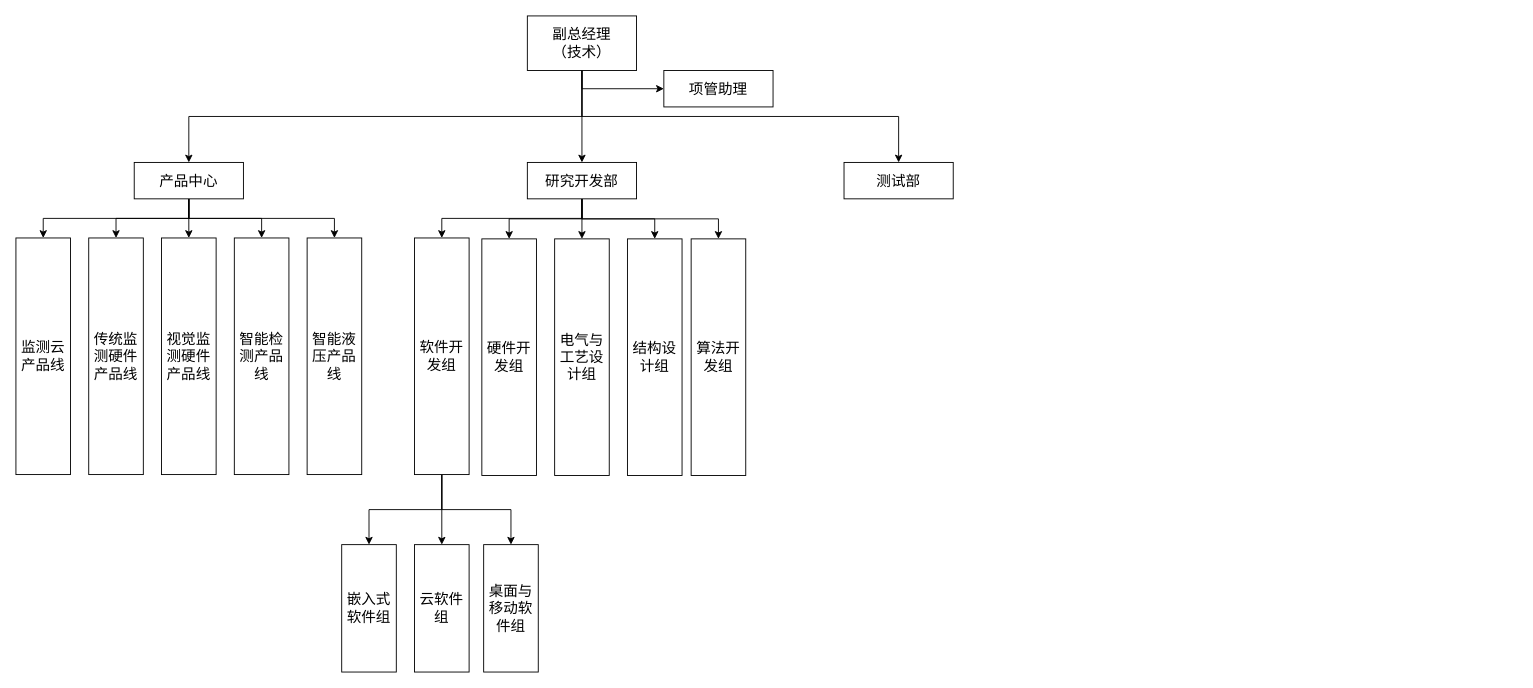
xuhui-toehold/drawings keeps this draw.io diagram as rd_department_arch.drawio. Above is the earlier version. Source tidied: cells renumbered, new cells numbered last; positions are measured from the earlier drawing's top-left corner, leaving out a move shared by most shapes. Both pictures are drawn from the tidied source at 91%, with x=0, y=0 at pixel (15, 15).
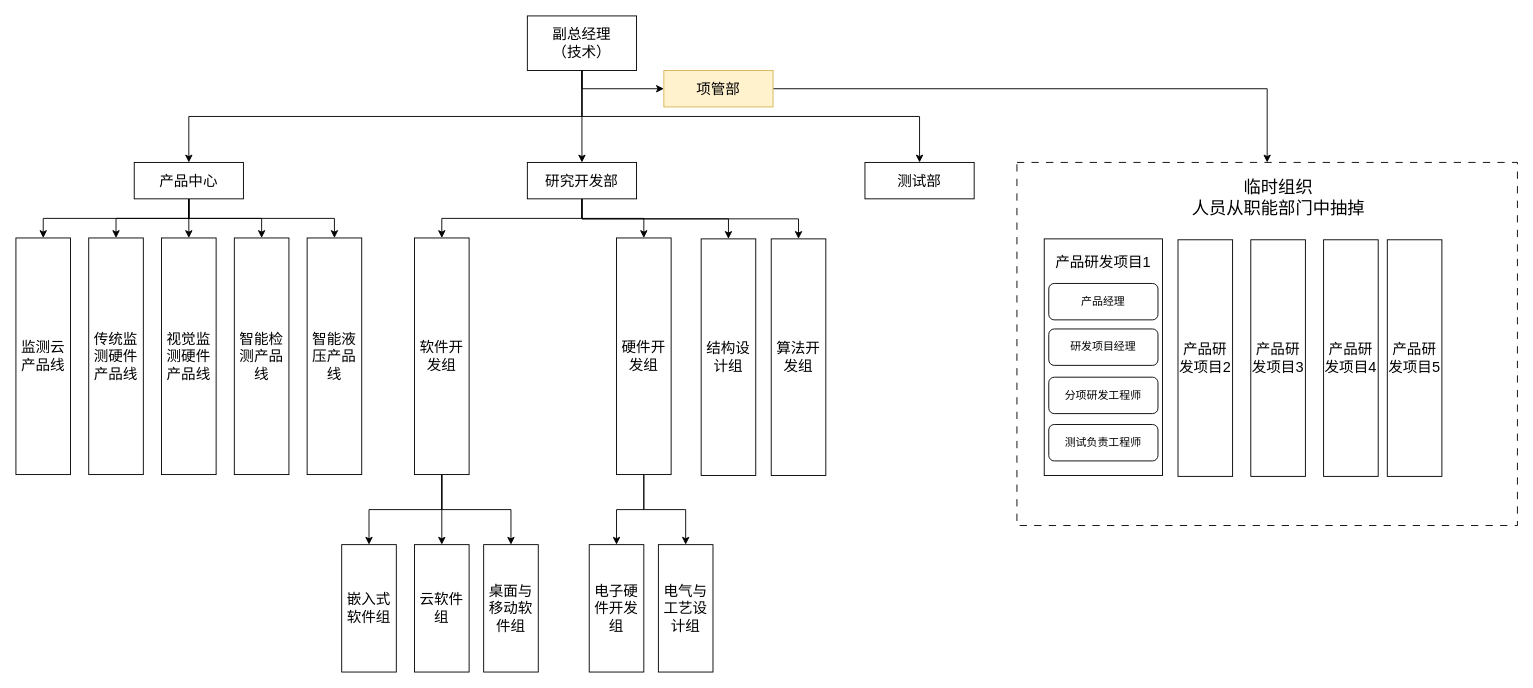
After the change.

The change refers to these unchanged cells:
```xml
<mxCell id="17" value="研究开发部" style="rounded=0;whiteSpace=wrap;html=1;fontSize=16;" parent="1" vertex="1">
  <mxGeometry x="562" y="161" width="120" height="40" as="geometry" />
</mxCell>
```

Change to the diagram source:
```diff
@@
-    <mxCell id="13" style="edgeStyle=orthogonalEdgeStyle;rounded=0;jettySize=auto;html=1;exitX=0.5;exitY=1;exitDx=0;exitDy=0;entryX=0.5;entryY=0;entryDx=0;entryDy=0;" parent="1" edge="1" source="17" target="29">
-      <mxGeometry relative="1" as="geometry" />
-    </mxCell>
@@
     <mxCell id="19" value="测试部" style="rounded=0;whiteSpace=wrap;html=1;fontSize=16;" parent="1" vertex="1">
-      <mxGeometry x="910" y="161" width="120" height="40" as="geometry" />
+      <mxGeometry x="933" y="161" width="120" height="40" as="geometry" />
     </mxCell>
@@
-    <mxCell id="29" value="硬件开发组" style="rounded=0;whiteSpace=wrap;html=1;fontSize=16;" parent="1" vertex="1">
-      <mxGeometry x="512" y="245" width="60" height="260" as="geometry" />
-    </mxCell>
+    <mxCell id="37" style="edgeStyle=orthogonalEdgeStyle;rounded=0;jettySize=auto;html=1;exitX=0.5;exitY=1;exitDx=0;exitDy=0;entryX=0.5;entryY=0;entryDx=0;entryDy=0;" parent="1" edge="1" source="30" target="50">
+      <mxGeometry relative="1" as="geometry" />
+    </mxCell>
+    <mxCell id="38" style="edgeStyle=orthogonalEdgeStyle;rounded=0;jettySize=auto;html=1;exitX=0.5;exitY=1;exitDx=0;exitDy=0;entryX=0.5;entryY=0;entryDx=0;entryDy=0;" parent="1" edge="1" source="30" target="51">
+      <mxGeometry relative="1" as="geometry" />
+    </mxCell>
-    <mxCell id="30" value="电气与工艺设计组" style="rounded=0;whiteSpace=wrap;html=1;fontSize=16;" parent="1" vertex="1">
-      <mxGeometry x="592" y="245" width="60" height="260" as="geometry" />
+    <mxCell id="30" value="硬件开发组" style="rounded=0;whiteSpace=wrap;html=1;fontSize=16;" parent="1" vertex="1">
+      <mxGeometry x="660" y="244" width="60" height="260" as="geometry" />
     </mxCell>
     <mxCell id="31" value="结构设计组" style="rounded=0;whiteSpace=wrap;html=1;fontSize=16;" parent="1" vertex="1">
-      <mxGeometry x="672" y="245" width="60" height="260" as="geometry" />
+      <mxGeometry x="753" y="245" width="60" height="260" as="geometry" />
     </mxCell>
     <mxCell id="32" value="算法开发组" style="rounded=0;whiteSpace=wrap;html=1;fontSize=16;" parent="1" vertex="1">
-      <mxGeometry x="742" y="245" width="60" height="260" as="geometry" />
+      <mxGeometry x="830" y="245" width="60" height="260" as="geometry" />
     </mxCell>
@@
+    <mxCell id="39" style="edgeStyle=orthogonalEdgeStyle;rounded=0;jettySize=auto;html=1;exitX=1;exitY=0.5;exitDx=0;exitDy=0;entryX=0.5;entryY=0;entryDx=0;entryDy=0;" parent="1" edge="1" source="36" target="52">
+      <mxGeometry relative="1" as="geometry" />
+    </mxCell>
-    <mxCell id="36" value="项管助理" style="rounded=0;whiteSpace=wrap;html=1;fontSize=16;" parent="1" vertex="1">
+    <mxCell id="36" value="项管部" style="rounded=0;whiteSpace=wrap;html=1;fontSize=16;fillColor=#fff2cc;strokeColor=#d6b656;" parent="1" vertex="1">
       <mxGeometry x="712" y="60" width="120" height="40" as="geometry" />
     </mxCell>
+    <mxCell id="40" style="rounded=0;whiteSpace=wrap;html=1;fontSize=16;labelPosition=center;verticalLabelPosition=top;align=center;verticalAlign=bottom;" parent="1" vertex="1">
+      <mxGeometry x="1130" y="245" width="130" height="260" as="geometry" />
+    </mxCell>
+    <mxCell id="41" value="产品研发项目2" style="rounded=0;whiteSpace=wrap;html=1;fontSize=16;" parent="1" vertex="1">
+      <mxGeometry x="1277" y="246" width="60" height="260" as="geometry" />
+    </mxCell>
+    <mxCell id="42" value="产品研发项目3" style="rounded=0;whiteSpace=wrap;html=1;fontSize=16;" parent="1" vertex="1">
+      <mxGeometry x="1357" y="246" width="60" height="260" as="geometry" />
+    </mxCell>
+    <mxCell id="43" value="产品研发项目4" style="rounded=0;whiteSpace=wrap;html=1;fontSize=16;" parent="1" vertex="1">
+      <mxGeometry x="1437" y="246" width="60" height="260" as="geometry" />
+    </mxCell>
+    <mxCell id="44" value="产品研发项目5" style="rounded=0;whiteSpace=wrap;html=1;fontSize=16;" parent="1" vertex="1">
+      <mxGeometry x="1507" y="246" width="60" height="260" as="geometry" />
+    </mxCell>
+    <mxCell id="45" value="产品经理" style="rounded=1;whiteSpace=wrap;html=1;" parent="1" vertex="1">
+      <mxGeometry x="1135" y="294" width="120" height="40" as="geometry" />
+    </mxCell>
+    <mxCell id="46" value="研发项目经理" style="rounded=1;whiteSpace=wrap;html=1;" parent="1" vertex="1">
+      <mxGeometry x="1135" y="344" width="120" height="40" as="geometry" />
+    </mxCell>
+    <mxCell id="47" value="分项研发工程师" style="rounded=1;whiteSpace=wrap;html=1;" parent="1" vertex="1">
+      <mxGeometry x="1135" y="397" width="120" height="40" as="geometry" />
+    </mxCell>
+    <mxCell id="48" value="测试负责工程师" style="rounded=1;whiteSpace=wrap;html=1;" parent="1" vertex="1">
+      <mxGeometry x="1135" y="449" width="120" height="40" as="geometry" />
+    </mxCell>
+    <mxCell id="49" value="&lt;span style=&quot;color: rgb(0, 0, 0); font-family: Helvetica; font-size: 16px; font-style: normal; font-variant-ligatures: normal; font-variant-caps: normal; font-weight: 400; letter-spacing: normal; orphans: 2; text-indent: 0px; text-transform: none; widows: 2; word-spacing: 0px; -webkit-text-stroke-width: 0px; white-space: normal; background-color: rgb(251, 251, 251); text-decoration-thickness: initial; text-decoration-style: initial; text-decoration-color: initial; float: none; display: inline !important;&quot;&gt;产品研发项目1&lt;/span&gt;" style="text;whiteSpace=wrap;html=1;align=center;" parent="1" vertex="1">
+      <mxGeometry x="1125" y="254" width="140" height="40" as="geometry" />
+    </mxCell>
+    <mxCell id="50" value="电子硬件开发组" style="rounded=0;whiteSpace=wrap;html=1;fontSize=16;" parent="1" vertex="1">
+      <mxGeometry x="630" y="581" width="60" height="140" as="geometry" />
+    </mxCell>
+    <mxCell id="51" value="电气与工艺设计组" style="rounded=0;whiteSpace=wrap;html=1;fontSize=16;" parent="1" vertex="1">
+      <mxGeometry x="706" y="581" width="60" height="140" as="geometry" />
+    </mxCell>
+    <mxCell id="52" style="rounded=0;whiteSpace=wrap;html=1;fillColor=none;dashed=1;dashPattern=8 8;" parent="1" vertex="1">
+      <mxGeometry x="1100" y="161" width="550" height="399" as="geometry" />
+    </mxCell>
+    <mxCell id="53" value="&lt;font style=&quot;font-size: 19px;&quot;&gt;临时组织&lt;/font&gt;&lt;div&gt;&lt;font style=&quot;font-size: 19px;&quot;&gt;人员从职能部门中抽掉&lt;/font&gt;&lt;/div&gt;" style="text;html=1;align=center;verticalAlign=middle;strokeColor=none;fillColor=none;" parent="1" vertex="1">
+      <mxGeometry x="1282" y="170" width="210" height="60" as="geometry" />
+    </mxCell>
```
